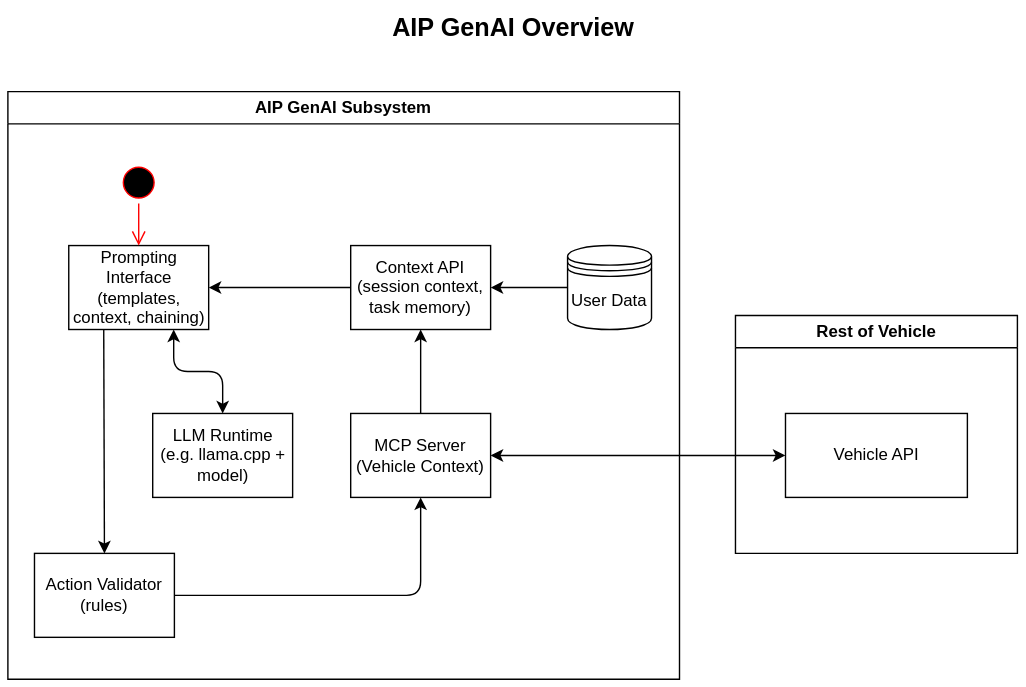
Before: docs/features/ai-platform/_assets/score-aip-genai.drawio.svg, a diagram exported from draw.io (mercedes-benz/score). Source tidied: cells renumbered, new cells last; positions are measured from the earlier drawing's top-left corner, leaving out a move shared by most shapes. Source of this version:
```xml
<mxGraphModel>
  <root>
    <mxCell id="0" />
    <mxCell id="1" parent="0" />
    <mxCell id="2" value="&lt;b&gt;&lt;font style=&quot;font-size: 18px;&quot;&gt;AIP GenAI Overview&lt;/font&gt;&lt;/b&gt;" style="text;html=1;align=center;verticalAlign=middle;whiteSpace=wrap;rounded=0;" parent="1" vertex="1">
      <mxGeometry x="258" width="207" height="30" as="geometry" />
    </mxCell>
    <mxCell id="3" value="AIP GenAI Subsystem" style="swimlane;whiteSpace=wrap;html=1;" parent="1" vertex="1">
      <mxGeometry y="60" width="480" height="420" as="geometry" />
    </mxCell>
    <mxCell id="4" value="Context API&lt;br&gt;(session context,&amp;nbsp;&lt;span style=&quot;background-color: transparent;&quot;&gt;task memory)&lt;/span&gt;" style="rounded=0;whiteSpace=wrap;html=1;" parent="3" vertex="1">
      <mxGeometry x="245" y="110" width="100" height="60" as="geometry" />
    </mxCell>
    <mxCell id="5" value="MCP Server&lt;div&gt;(Vehicle Context)&lt;/div&gt;" style="rounded=0;whiteSpace=wrap;html=1;" parent="3" vertex="1">
      <mxGeometry x="245" y="230" width="100" height="60" as="geometry" />
    </mxCell>
    <mxCell id="6" value="LLM Runtime&lt;br&gt;(e.g. llama.cpp + model)" style="rounded=0;whiteSpace=wrap;html=1;" parent="3" vertex="1">
      <mxGeometry x="103.5" y="230" width="100" height="60" as="geometry" />
    </mxCell>
    <mxCell id="7" value="Prompting Interface (templates, context, chaining)" style="rounded=0;whiteSpace=wrap;html=1;" parent="3" vertex="1">
      <mxGeometry x="43.5" y="110" width="100" height="60" as="geometry" />
    </mxCell>
    <mxCell id="8" value="Action Validator (rules)" style="rounded=0;whiteSpace=wrap;html=1;" parent="3" vertex="1">
      <mxGeometry x="19" y="330" width="100" height="60" as="geometry" />
    </mxCell>
    <mxCell id="9" style="endArrow=classic;startArrow=none;html=1;entryX=0.5;entryY=1;entryDx=0;entryDy=0;exitX=0.5;exitY=0;exitDx=0;exitDy=0;startFill=0;" parent="3" edge="1" source="5" target="4">
      <mxGeometry relative="1" as="geometry" />
    </mxCell>
    <mxCell id="10" style="endArrow=none;startArrow=classic;html=1;entryX=0;entryY=0.5;entryDx=0;entryDy=0;exitX=1;exitY=0.5;exitDx=0;exitDy=0;startFill=1;endFill=0;" parent="3" edge="1" source="7" target="4">
      <mxGeometry relative="1" as="geometry" />
    </mxCell>
    <mxCell id="11" style="endArrow=classic;startArrow=classic;html=1;entryX=0.5;entryY=0;entryDx=0;entryDy=0;exitX=0.75;exitY=1;exitDx=0;exitDy=0;startFill=1;" parent="3" edge="1" source="7" target="6">
      <mxGeometry relative="1" as="geometry">
        <Array as="points">
          <mxPoint x="118.5" y="200" />
          <mxPoint x="153.5" y="200" />
        </Array>
      </mxGeometry>
    </mxCell>
    <mxCell id="12" style="endArrow=classic;startArrow=none;html=1;entryX=0.5;entryY=0;entryDx=0;entryDy=0;exitX=0.25;exitY=1;exitDx=0;exitDy=0;startFill=0;" parent="3" edge="1" source="7" target="8">
      <mxGeometry relative="1" as="geometry" />
    </mxCell>
    <mxCell id="13" style="endArrow=classic;startArrow=none;html=1;entryX=0.5;entryY=1;entryDx=0;entryDy=0;exitX=1;exitY=0.5;exitDx=0;exitDy=0;endFill=1;startFill=0;" parent="3" edge="1" source="8" target="5">
      <mxGeometry relative="1" as="geometry">
        <Array as="points">
          <mxPoint x="295" y="360" />
        </Array>
      </mxGeometry>
    </mxCell>
    <mxCell id="14" value="User Data" style="shape=datastore;whiteSpace=wrap;html=1;" parent="3" vertex="1">
      <mxGeometry x="400" y="110" width="60" height="60" as="geometry" />
    </mxCell>
    <mxCell id="15" style="endArrow=none;startArrow=classic;html=1;entryX=0;entryY=0.5;entryDx=0;entryDy=0;startFill=1;endFill=0;exitX=1;exitY=0.5;exitDx=0;exitDy=0;" parent="3" edge="1" source="4" target="14">
      <mxGeometry relative="1" as="geometry" />
    </mxCell>
    <mxCell id="16" style="ellipse;html=1;shape=startState;fillColor=#000000;strokeColor=#ff0000;" parent="3" vertex="1">
      <mxGeometry x="78.5" y="50" width="30" height="30" as="geometry" />
    </mxCell>
    <mxCell id="17" style="edgeStyle=orthogonalEdgeStyle;html=1;verticalAlign=bottom;endArrow=open;endSize=8;strokeColor=#ff0000;entryX=0.5;entryY=0;entryDx=0;entryDy=0;" parent="3" edge="1" source="16" target="7">
      <mxGeometry relative="1" as="geometry" />
    </mxCell>
    <mxCell id="18" value="Rest of Vehicle" style="swimlane;whiteSpace=wrap;html=1;" parent="1" vertex="1">
      <mxGeometry x="520" y="220" width="201.5" height="170" as="geometry" />
    </mxCell>
    <mxCell id="19" value="Vehicle API" style="rounded=0;whiteSpace=wrap;html=1;" parent="18" vertex="1">
      <mxGeometry x="35.8" y="70" width="130" height="60" as="geometry" />
    </mxCell>
    <mxCell id="20" style="endArrow=classic;startArrow=classic;html=1;entryX=0;entryY=0.5;entryDx=0;entryDy=0;exitX=1;exitY=0.5;exitDx=0;exitDy=0;" parent="1" edge="1" source="5" target="19">
      <mxGeometry relative="1" as="geometry" />
    </mxCell>
  </root>
</mxGraphModel>
```
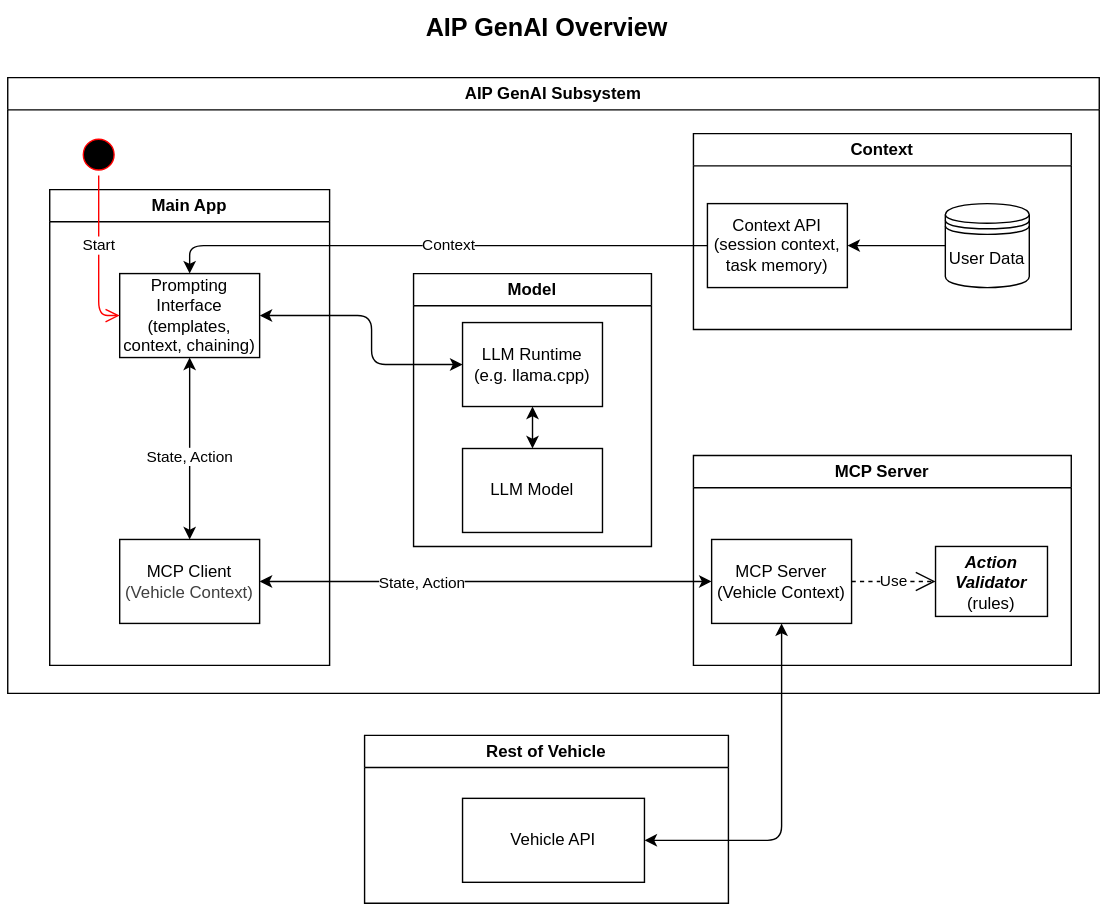
After the change.

Diff of the diagram source:
```diff
@@ -3,70 +3,109 @@
     <mxCell id="0" />
     <mxCell id="1" parent="0" />
     <mxCell id="2" value="&lt;b&gt;&lt;font style=&quot;font-size: 18px;&quot;&gt;AIP GenAI Overview&lt;/font&gt;&lt;/b&gt;" style="text;html=1;align=center;verticalAlign=middle;whiteSpace=wrap;rounded=0;" parent="1" vertex="1">
-      <mxGeometry x="258" width="207" height="30" as="geometry" />
+      <mxGeometry x="258" y="20" width="207" height="30" as="geometry" />
     </mxCell>
     <mxCell id="3" value="AIP GenAI Subsystem" style="swimlane;whiteSpace=wrap;html=1;" parent="1" vertex="1">
-      <mxGeometry y="60" width="480" height="420" as="geometry" />
+      <mxGeometry x="-24" y="70" width="780" height="440" as="geometry" />
     </mxCell>
+    <mxCell id="21" style="endArrow=classic;startArrow=classic;html=1;entryX=1;entryY=0.5;entryDx=0;entryDy=0;exitX=0;exitY=0.5;exitDx=0;exitDy=0;startFill=1;" parent="3" edge="1" source="5" target="26">
+      <mxGeometry relative="1" as="geometry" />
+    </mxCell>
+    <mxCell id="22" value="State, Action" style="edgeLabel;html=1;align=center;verticalAlign=middle;" parent="21" vertex="1">
+      <mxGeometry x="0.28" y="1" relative="1" as="geometry" />
+    </mxCell>
+    <mxCell id="10" style="endArrow=none;startArrow=classic;html=1;entryX=0;entryY=0.5;entryDx=0;entryDy=0;exitX=0.5;exitY=0;exitDx=0;exitDy=0;startFill=1;endFill=0;" parent="3" edge="1" source="7" target="4">
+      <mxGeometry relative="1" as="geometry">
+        <Array as="points">
+          <mxPoint x="130" y="120" />
+        </Array>
+      </mxGeometry>
+    </mxCell>
+    <mxCell id="23" value="Context" style="edgeLabel;html=1;align=center;verticalAlign=middle;" parent="10" vertex="1">
+      <mxGeometry x="0.05" relative="1" as="geometry" />
+    </mxCell>
+    <mxCell id="24" style="ellipse;html=1;shape=startState;fillColor=#000000;strokeColor=#ff0000;" parent="3" vertex="1">
+      <mxGeometry x="50" y="40" width="30" height="30" as="geometry" />
+    </mxCell>
+    <mxCell id="25" value="Main App" style="swimlane;whiteSpace=wrap;html=1;" parent="3" vertex="1">
+      <mxGeometry x="30" y="80" width="200" height="340" as="geometry" />
+    </mxCell>
+    <mxCell id="7" value="Prompting Interface (templates, context, chaining)" style="rounded=0;whiteSpace=wrap;html=1;" parent="25" vertex="1">
+      <mxGeometry x="50" y="60" width="100" height="60" as="geometry" />
+    </mxCell>
+    <mxCell id="26" value="MCP Client&lt;br&gt;&lt;span style=&quot;color: rgb(63, 63, 63);&quot;&gt;(Vehicle Context)&lt;/span&gt;" style="rounded=0;whiteSpace=wrap;html=1;" parent="25" vertex="1">
+      <mxGeometry x="50" y="250" width="100" height="60" as="geometry" />
+    </mxCell>
+    <mxCell id="27" style="endArrow=classic;startArrow=classic;html=1;entryX=0.5;entryY=1;entryDx=0;entryDy=0;exitX=0.5;exitY=0;exitDx=0;exitDy=0;startFill=1;" parent="25" edge="1" source="26" target="7">
+      <mxGeometry relative="1" as="geometry" />
+    </mxCell>
+    <mxCell id="28" value="State, Action" style="edgeLabel;html=1;align=center;verticalAlign=middle;" parent="27" vertex="1">
+      <mxGeometry x="-0.28" y="1" relative="1" as="geometry">
+        <mxPoint x="1" y="-13" as="offset" />
+      </mxGeometry>
+    </mxCell>
+    <mxCell id="29" style="edgeStyle=orthogonalEdgeStyle;html=1;verticalAlign=bottom;endArrow=open;endSize=8;strokeColor=#ff0000;entryX=0;entryY=0.5;entryDx=0;entryDy=0;" parent="3" edge="1" source="24" target="7">
+      <mxGeometry relative="1" as="geometry" />
+    </mxCell>
+    <mxCell id="30" value="Start" style="edgeLabel;html=1;align=center;verticalAlign=middle;" parent="29" vertex="1">
+      <mxGeometry x="-0.13" relative="1" as="geometry" />
+    </mxCell>
+    <mxCell id="31" value="Context" style="swimlane;whiteSpace=wrap;html=1;" parent="3" vertex="1">
+      <mxGeometry x="490" y="40" width="270" height="140" as="geometry" />
+    </mxCell>
-    <mxCell id="4" value="Context API&lt;br&gt;(session context,&amp;nbsp;&lt;span style=&quot;background-color: transparent;&quot;&gt;task memory)&lt;/span&gt;" style="rounded=0;whiteSpace=wrap;html=1;" parent="3" vertex="1">
-      <mxGeometry x="245" y="110" width="100" height="60" as="geometry" />
+    <mxCell id="4" value="Context API&lt;br&gt;(session context,&amp;nbsp;&lt;span style=&quot;background-color: transparent;&quot;&gt;task memory)&lt;/span&gt;" style="rounded=0;whiteSpace=wrap;html=1;" parent="31" vertex="1">
+      <mxGeometry x="10" y="50" width="100" height="60" as="geometry" />
     </mxCell>
-    <mxCell id="5" value="MCP Server&lt;div&gt;(Vehicle Context)&lt;/div&gt;" style="rounded=0;whiteSpace=wrap;html=1;" parent="3" vertex="1">
-      <mxGeometry x="245" y="230" width="100" height="60" as="geometry" />
-    </mxCell>
-    <mxCell id="6" value="LLM Runtime&lt;br&gt;(e.g. llama.cpp + model)" style="rounded=0;whiteSpace=wrap;html=1;" parent="3" vertex="1">
-      <mxGeometry x="103.5" y="230" width="100" height="60" as="geometry" />
-    </mxCell>
-    <mxCell id="7" value="Prompting Interface (templates, context, chaining)" style="rounded=0;whiteSpace=wrap;html=1;" parent="3" vertex="1">
-      <mxGeometry x="43.5" y="110" width="100" height="60" as="geometry" />
-    </mxCell>
-    <mxCell id="8" value="Action Validator (rules)" style="rounded=0;whiteSpace=wrap;html=1;" parent="3" vertex="1">
-      <mxGeometry x="19" y="330" width="100" height="60" as="geometry" />
-    </mxCell>
-    <mxCell id="9" style="endArrow=classic;startArrow=none;html=1;entryX=0.5;entryY=1;entryDx=0;entryDy=0;exitX=0.5;exitY=0;exitDx=0;exitDy=0;startFill=0;" parent="3" edge="1" source="5" target="4">
-      <mxGeometry relative="1" as="geometry" />
-    </mxCell>
-    <mxCell id="10" style="endArrow=none;startArrow=classic;html=1;entryX=0;entryY=0.5;entryDx=0;entryDy=0;exitX=1;exitY=0.5;exitDx=0;exitDy=0;startFill=1;endFill=0;" parent="3" edge="1" source="7" target="4">
-      <mxGeometry relative="1" as="geometry" />
-    </mxCell>
-    <mxCell id="11" style="endArrow=classic;startArrow=classic;html=1;entryX=0.5;entryY=0;entryDx=0;entryDy=0;exitX=0.75;exitY=1;exitDx=0;exitDy=0;startFill=1;" parent="3" edge="1" source="7" target="6">
-      <mxGeometry relative="1" as="geometry">
-        <Array as="points">
-          <mxPoint x="118.5" y="200" />
-          <mxPoint x="153.5" y="200" />
-        </Array>
-      </mxGeometry>
-    </mxCell>
-    <mxCell id="12" style="endArrow=classic;startArrow=none;html=1;entryX=0.5;entryY=0;entryDx=0;entryDy=0;exitX=0.25;exitY=1;exitDx=0;exitDy=0;startFill=0;" parent="3" edge="1" source="7" target="8">
-      <mxGeometry relative="1" as="geometry" />
-    </mxCell>
-    <mxCell id="13" style="endArrow=classic;startArrow=none;html=1;entryX=0.5;entryY=1;entryDx=0;entryDy=0;exitX=1;exitY=0.5;exitDx=0;exitDy=0;endFill=1;startFill=0;" parent="3" edge="1" source="8" target="5">
-      <mxGeometry relative="1" as="geometry">
-        <Array as="points">
-          <mxPoint x="295" y="360" />
-        </Array>
-      </mxGeometry>
-    </mxCell>
-    <mxCell id="14" value="User Data" style="shape=datastore;whiteSpace=wrap;html=1;" parent="3" vertex="1">
-      <mxGeometry x="400" y="110" width="60" height="60" as="geometry" />
+    <mxCell id="14" value="User Data" style="shape=datastore;whiteSpace=wrap;html=1;" parent="31" vertex="1">
+      <mxGeometry x="180" y="50" width="60" height="60" as="geometry" />
     </mxCell>
-    <mxCell id="15" style="endArrow=none;startArrow=classic;html=1;entryX=0;entryY=0.5;entryDx=0;entryDy=0;startFill=1;endFill=0;exitX=1;exitY=0.5;exitDx=0;exitDy=0;" parent="3" edge="1" source="4" target="14">
+    <mxCell id="15" style="endArrow=none;startArrow=classic;html=1;entryX=0;entryY=0.5;entryDx=0;entryDy=0;startFill=1;endFill=0;exitX=1;exitY=0.5;exitDx=0;exitDy=0;" parent="31" edge="1" source="4" target="14">
       <mxGeometry relative="1" as="geometry" />
     </mxCell>
-    <mxCell id="16" style="ellipse;html=1;shape=startState;fillColor=#000000;strokeColor=#ff0000;" parent="3" vertex="1">
-      <mxGeometry x="78.5" y="50" width="30" height="30" as="geometry" />
-    </mxCell>
-    <mxCell id="17" style="edgeStyle=orthogonalEdgeStyle;html=1;verticalAlign=bottom;endArrow=open;endSize=8;strokeColor=#ff0000;entryX=0.5;entryY=0;entryDx=0;entryDy=0;" parent="3" edge="1" source="16" target="7">
-      <mxGeometry relative="1" as="geometry" />
-    </mxCell>
+    <mxCell id="32" value="Model" style="swimlane;whiteSpace=wrap;html=1;" parent="3" vertex="1">
+      <mxGeometry x="290" y="140" width="170" height="195" as="geometry" />
+    </mxCell>
+    <mxCell id="33" value="LLM Runtime&lt;br&gt;(e.g. llama.cpp)" style="rounded=0;whiteSpace=wrap;html=1;" parent="32" vertex="1">
+      <mxGeometry x="35" y="35" width="100" height="60" as="geometry" />
+    </mxCell>
+    <mxCell id="34" value="LLM Model" style="rounded=0;whiteSpace=wrap;html=1;" parent="32" vertex="1">
+      <mxGeometry x="35" y="125" width="100" height="60" as="geometry" />
+    </mxCell>
+    <mxCell id="35" style="endArrow=classic;startArrow=classic;html=1;entryX=0.5;entryY=1;entryDx=0;entryDy=0;exitX=0.5;exitY=0;exitDx=0;exitDy=0;" parent="32" edge="1" source="34" target="33">
+      <mxGeometry relative="1" as="geometry" />
+    </mxCell>
+    <mxCell id="36" style="endArrow=classic;startArrow=classic;html=1;entryX=1;entryY=0.5;entryDx=0;entryDy=0;exitX=0;exitY=0.5;exitDx=0;exitDy=0;" parent="3" edge="1" source="33" target="7">
+      <mxGeometry relative="1" as="geometry">
+        <Array as="points">
+          <mxPoint x="260" y="205" />
+          <mxPoint x="260" y="170" />
+        </Array>
+      </mxGeometry>
+    </mxCell>
+    <mxCell id="37" value="MCP Server" style="swimlane;whiteSpace=wrap;html=1;" parent="3" vertex="1">
+      <mxGeometry x="490" y="270" width="270" height="150" as="geometry" />
+    </mxCell>
+    <mxCell id="5" value="MCP Server&lt;div&gt;(Vehicle Context)&lt;/div&gt;" style="rounded=0;whiteSpace=wrap;html=1;" parent="37" vertex="1">
+      <mxGeometry x="13" y="60" width="100" height="60" as="geometry" />
+    </mxCell>
+    <mxCell id="38" value="Use" style="endArrow=open;endSize=12;dashed=1;html=1;entryX=0;entryY=0.5;entryDx=0;entryDy=0;exitX=1;exitY=0.5;exitDx=0;exitDy=0;" parent="37" edge="1" source="5" target="39">
+      <mxGeometry relative="1" as="geometry" />
+    </mxCell>
+    <mxCell id="39" value="&lt;p style=&quot;margin:5px;&quot;&gt;&lt;b&gt;&lt;i&gt;Action Validator&lt;br&gt;&lt;/i&gt;&lt;/b&gt;(rules)&lt;br&gt;{abstract}&lt;/p&gt;" style="shape=rect;html=1;overflow=fill;whiteSpace=wrap;align=center;" parent="37" vertex="1">
+      <mxGeometry x="173" y="65" width="80" height="50" as="geometry" />
+    </mxCell>
     <mxCell id="18" value="Rest of Vehicle" style="swimlane;whiteSpace=wrap;html=1;" parent="1" vertex="1">
-      <mxGeometry x="520" y="220" width="201.5" height="170" as="geometry" />
+      <mxGeometry x="231" y="540" width="260" height="120" as="geometry" />
     </mxCell>
     <mxCell id="19" value="Vehicle API" style="rounded=0;whiteSpace=wrap;html=1;" parent="18" vertex="1">
-      <mxGeometry x="35.8" y="70" width="130" height="60" as="geometry" />
+      <mxGeometry x="70" y="45" width="130" height="60" as="geometry" />
     </mxCell>
-    <mxCell id="20" style="endArrow=classic;startArrow=classic;html=1;entryX=0;entryY=0.5;entryDx=0;entryDy=0;exitX=1;exitY=0.5;exitDx=0;exitDy=0;" parent="1" edge="1" source="5" target="19">
-      <mxGeometry relative="1" as="geometry" />
+    <mxCell id="20" style="endArrow=classic;startArrow=classic;html=1;entryX=1;entryY=0.5;entryDx=0;entryDy=0;exitX=0.5;exitY=1;exitDx=0;exitDy=0;startFill=1;endFill=1;" parent="1" edge="1" source="5" target="19">
+      <mxGeometry relative="1" as="geometry">
+        <Array as="points">
+          <mxPoint x="529" y="615" />
+        </Array>
+      </mxGeometry>
     </mxCell>
   </root>
 </mxGraphModel>
```
